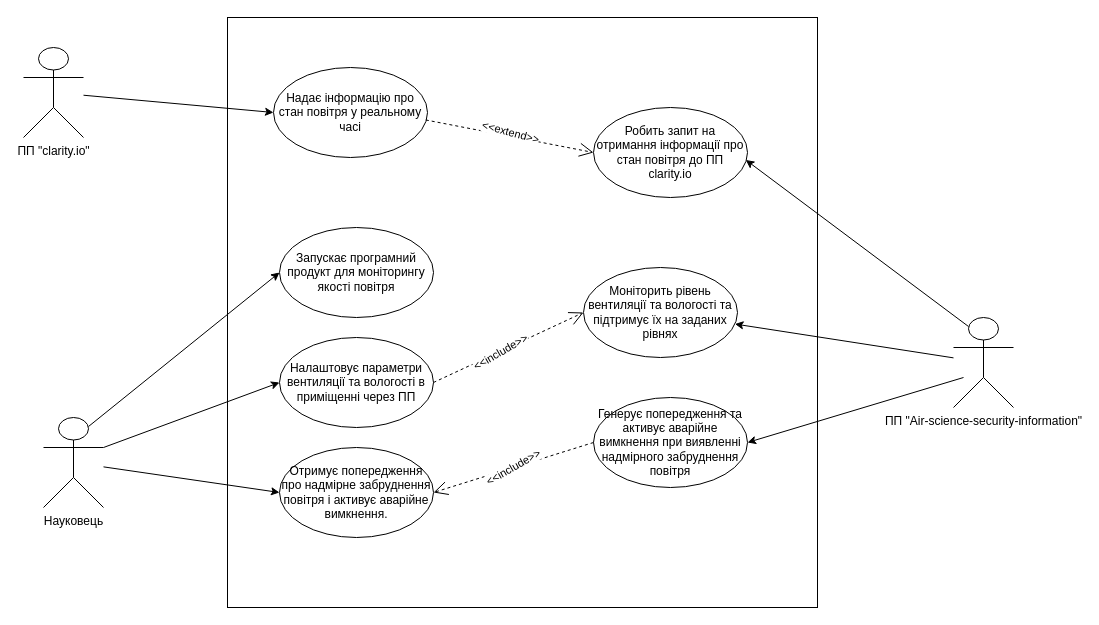
oleksandrblazhko/ai-215-filimonova keeps this draw.io diagram as 1-SoftwareRequirements/1.3-SoftwareUserRequirements/1.3.3-UseCaseDiagram/use_case_diagram.drawio. Above is the earlier version. Source tidied: cells renumbered, new cells numbered last; positions are measured from the earlier drawing's top-left corner, leaving out a move shared by most shapes. Both pictures are drawn from the tidied source at 100%, with x=0, y=0 at pixel (23, 17).
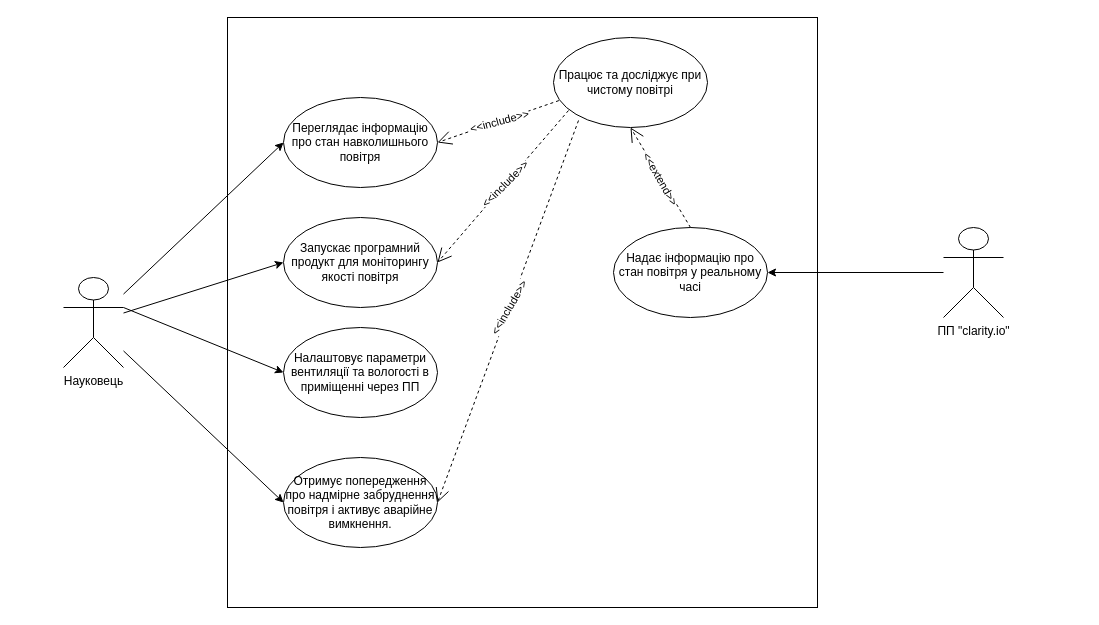
After the change.

The edit, as a diff of the source:
```diff
@@
     <mxCell id="3" value="Науковець" style="shape=umlActor;verticalLabelPosition=bottom;verticalAlign=top;html=1;outlineConnect=0;" parent="1" vertex="1">
-      <mxGeometry x="20" y="400" width="60" height="90" as="geometry" />
+      <mxGeometry x="40" y="260" width="60" height="90" as="geometry" />
     </mxCell>
-    <mxCell id="4" value="ПП &quot;Air-science-security-information&quot;" style="shape=umlActor;verticalLabelPosition=bottom;verticalAlign=top;html=1;outlineConnect=0;" parent="1" vertex="1">
-      <mxGeometry x="930" y="300" width="60" height="90" as="geometry" />
-    </mxCell>
     <mxCell id="5" value="Запускає програмний продукт для моніторингу якості повітря" style="ellipse;whiteSpace=wrap;html=1;" parent="1" vertex="1">
-      <mxGeometry x="256" y="210" width="154" height="90" as="geometry" />
+      <mxGeometry x="260" y="200" width="154" height="90" as="geometry" />
     </mxCell>
     <mxCell id="6" value="Налаштовує параметри вентиляції та вологості в приміщенні через ПП" style="ellipse;whiteSpace=wrap;html=1;" parent="1" vertex="1">
-      <mxGeometry x="256" y="320" width="154" height="90" as="geometry" />
+      <mxGeometry x="260" y="310" width="154" height="90" as="geometry" />
     </mxCell>
     <mxCell id="7" value="Отримує попередження про надмірне забруднення повітря і активує аварійне вимкнення." style="ellipse;whiteSpace=wrap;html=1;" parent="1" vertex="1">
-      <mxGeometry x="256" y="430" width="154" height="90" as="geometry" />
+      <mxGeometry x="260" y="440" width="154" height="90" as="geometry" />
     </mxCell>
-    <mxCell id="8" value="Моніторить рівень вентиляції та вологості та підтримує їх на заданих рівнях" style="ellipse;whiteSpace=wrap;html=1;" parent="1" vertex="1">
-      <mxGeometry x="560" y="250" width="154" height="90" as="geometry" />
-    </mxCell>
-    <mxCell id="9" value="Генерує попередження та активує аварійне вимкнення при виявленні надмірного забруднення повітря" style="ellipse;whiteSpace=wrap;html=1;" parent="1" vertex="1">
-      <mxGeometry x="570" y="380" width="154" height="90" as="geometry" />
-    </mxCell>
-    <mxCell id="10" style="endArrow=classic;html=1;rounded=0;" parent="1" edge="1" source="4" target="8">
-      <mxGeometry relative="1" as="geometry" />
-    </mxCell>
-    <mxCell id="11" style="endArrow=classic;html=1;rounded=0;entryX=1;entryY=0.5;entryDx=0;entryDy=0;" parent="1" edge="1" target="9">
-      <mxGeometry relative="1" as="geometry">
-        <mxPoint x="940" y="360" as="sourcePoint" />
-      </mxGeometry>
-    </mxCell>
-    <mxCell id="12" style="endArrow=classic;html=1;rounded=0;entryX=0;entryY=0.5;entryDx=0;entryDy=0;exitX=0.75;exitY=0.1;exitDx=0;exitDy=0;exitPerimeter=0;" parent="1" edge="1" source="3" target="5">
+    <mxCell id="12" style="endArrow=classic;html=1;rounded=0;entryX=0;entryY=0.5;entryDx=0;entryDy=0;" parent="1" edge="1" source="3" target="5">
       <mxGeometry relative="1" as="geometry" />
     </mxCell>
@@
-    <mxCell id="15" style="endArrow=open;endSize=12;dashed=1;html=1;rounded=0;entryX=1;entryY=0.5;entryDx=0;entryDy=0;exitX=0;exitY=0.5;exitDx=0;exitDy=0;" parent="1" edge="1" source="9" target="7">
-      <mxGeometry relative="1" as="geometry" />
-    </mxCell>
-    <mxCell id="16" value="&amp;lt;&amp;lt;include&amp;gt;&amp;gt;" style="edgeLabel;html=1;align=center;verticalAlign=middle;rotation=-30;" parent="15" vertex="1">
-      <mxGeometry x="0.01" y="2" relative="1" as="geometry">
-        <mxPoint y="-2" as="offset" />
-      </mxGeometry>
-    </mxCell>
-    <mxCell id="17" style="endArrow=open;endSize=12;dashed=1;html=1;rounded=0;entryX=0;entryY=0.5;entryDx=0;entryDy=0;exitX=1;exitY=0.5;exitDx=0;exitDy=0;" parent="1" edge="1" source="6" target="8">
-      <mxGeometry relative="1" as="geometry" />
-    </mxCell>
-    <mxCell id="18" value="&amp;lt;&amp;lt;include&amp;gt;&amp;gt;" style="edgeLabel;html=1;align=center;verticalAlign=middle;rotation=-30;" parent="17" vertex="1">
-      <mxGeometry x="0.01" y="2" relative="1" as="geometry">
-        <mxPoint x="-9" y="7" as="offset" />
-      </mxGeometry>
-    </mxCell>
     <mxCell id="19" value="ПП &quot;clarity.io&quot;" style="shape=umlActor;verticalLabelPosition=bottom;verticalAlign=top;html=1;outlineConnect=0;" parent="1" vertex="1">
-      <mxGeometry y="30" width="60" height="90" as="geometry" />
+      <mxGeometry x="920" y="210" width="60" height="90" as="geometry" />
     </mxCell>
     <mxCell id="20" value="Надає інформацію про стан повітря у реальному часі" style="ellipse;whiteSpace=wrap;html=1;" parent="1" vertex="1">
-      <mxGeometry x="250" y="50" width="154" height="90" as="geometry" />
+      <mxGeometry x="590" y="210" width="154" height="90" as="geometry" />
     </mxCell>
-    <mxCell id="21" style="endArrow=classic;html=1;rounded=0;entryX=0;entryY=0.5;entryDx=0;entryDy=0;" parent="1" edge="1" source="19" target="20">
+    <mxCell id="21" style="endArrow=classic;html=1;rounded=0;entryX=1;entryY=0.5;entryDx=0;entryDy=0;" parent="1" edge="1" source="19" target="20">
       <mxGeometry relative="1" as="geometry" />
     </mxCell>
-    <mxCell id="22" style="endArrow=open;endSize=12;dashed=1;html=1;rounded=0;entryX=0;entryY=0.5;entryDx=0;entryDy=0;exitX=0.989;exitY=0.583;exitDx=0;exitDy=0;exitPerimeter=0;" parent="1" edge="1" source="20" target="24">
-      <mxGeometry relative="1" as="geometry" />
-    </mxCell>
+    <mxCell id="26" value="Переглядає інформацію про стан навколишнього повітря" style="ellipse;whiteSpace=wrap;html=1;" parent="1" vertex="1">
+      <mxGeometry x="260" y="80" width="154" height="90" as="geometry" />
+    </mxCell>
+    <mxCell id="27" style="endArrow=classic;html=1;rounded=0;entryX=0;entryY=0.5;entryDx=0;entryDy=0;" parent="1" edge="1" source="3" target="26">
+      <mxGeometry relative="1" as="geometry" />
+    </mxCell>
+    <mxCell id="28" value="Працює та досліджує при чистому повітрі" style="ellipse;whiteSpace=wrap;html=1;" parent="1" vertex="1">
+      <mxGeometry x="530" y="20" width="154" height="90" as="geometry" />
+    </mxCell>
+    <mxCell id="29" style="endArrow=open;endSize=12;dashed=1;html=1;rounded=0;exitX=0.035;exitY=0.701;exitDx=0;exitDy=0;exitPerimeter=0;entryX=1;entryY=0.5;entryDx=0;entryDy=0;" parent="1" edge="1" source="28" target="26">
+      <mxGeometry relative="1" as="geometry" />
+    </mxCell>
+    <mxCell id="30" value="&amp;lt;&amp;lt;include&amp;gt;&amp;gt;" style="edgeLabel;html=1;align=center;verticalAlign=middle;rotation=-15;" parent="29" vertex="1">
+      <mxGeometry x="-0.02" relative="1" as="geometry" />
+    </mxCell>
+    <mxCell id="31" style="endArrow=open;endSize=12;dashed=1;html=1;rounded=0;exitX=0.035;exitY=0.701;exitDx=0;exitDy=0;exitPerimeter=0;entryX=1;entryY=0.5;entryDx=0;entryDy=0;" parent="1" edge="1" target="5">
+      <mxGeometry relative="1" as="geometry">
+        <mxPoint x="545" y="93" as="sourcePoint" />
+      </mxGeometry>
+    </mxCell>
+    <mxCell id="32" value="&amp;lt;&amp;lt;include&amp;gt;&amp;gt;" style="edgeLabel;html=1;align=center;verticalAlign=middle;rotation=-45;" parent="31" vertex="1">
+      <mxGeometry x="-0.02" relative="1" as="geometry" />
+    </mxCell>
+    <mxCell id="33" style="endArrow=open;endSize=12;dashed=1;html=1;rounded=0;exitX=0.035;exitY=0.701;exitDx=0;exitDy=0;exitPerimeter=0;entryX=1;entryY=0.5;entryDx=0;entryDy=0;" parent="1" edge="1" target="7">
+      <mxGeometry relative="1" as="geometry">
+        <mxPoint x="555" y="103" as="sourcePoint" />
+      </mxGeometry>
+    </mxCell>
+    <mxCell id="34" value="&amp;lt;&amp;lt;include&amp;gt;&amp;gt;" style="edgeLabel;html=1;align=center;verticalAlign=middle;rotation=-60;" parent="33" vertex="1">
+      <mxGeometry x="-0.02" relative="1" as="geometry" />
+    </mxCell>
+    <mxCell id="35" style="endArrow=open;endSize=12;dashed=1;html=1;rounded=0;entryX=0.5;entryY=1;entryDx=0;entryDy=0;exitX=0.5;exitY=0;exitDx=0;exitDy=0;" parent="1" edge="1" source="20" target="28">
+      <mxGeometry relative="1" as="geometry" />
+    </mxCell>
-    <mxCell id="23" value="&amp;lt;&amp;lt;extend&amp;gt;&amp;gt;" style="edgeLabel;html=1;align=center;verticalAlign=middle;rotation=15;" parent="22" vertex="1">
-      <mxGeometry x="0.01" y="2" relative="1" as="geometry">
-        <mxPoint y="-2" as="offset" />
-      </mxGeometry>
+    <mxCell id="23" value="&amp;lt;&amp;lt;extend&amp;gt;&amp;gt;" style="edgeLabel;html=1;align=center;verticalAlign=middle;rotation=60;" parent="35" vertex="1">
+      <mxGeometry x="-0.02" relative="1" as="geometry" />
     </mxCell>
-    <mxCell id="24" value="Робить запит на отримання інформації про стан повітря до ПП clarity.io" style="ellipse;whiteSpace=wrap;html=1;" parent="1" vertex="1">
-      <mxGeometry x="570" y="90" width="154" height="90" as="geometry" />
-    </mxCell>
-    <mxCell id="25" style="endArrow=classic;html=1;rounded=0;entryX=0.989;entryY=0.583;entryDx=0;entryDy=0;entryPerimeter=0;exitX=0.25;exitY=0.1;exitDx=0;exitDy=0;exitPerimeter=0;" parent="1" edge="1" source="4" target="24">
-      <mxGeometry relative="1" as="geometry" />
-    </mxCell>
```
